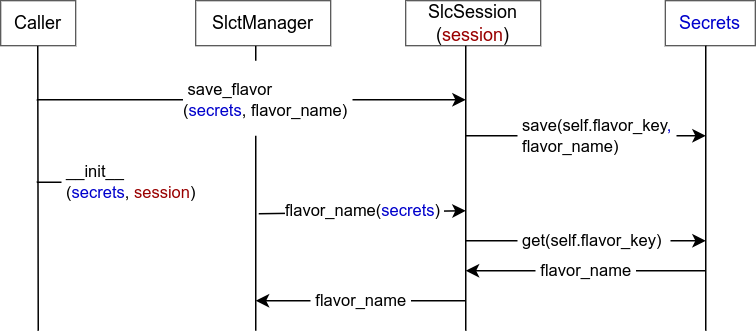
This is doc/user_guide/slct-manager-parameters.drawio.png from exasol/notebook-connector, a draw.io export, as it was before one commit. Source tidied: cells renumbered, new cells last; positions are measured from the earlier drawing's top-left corner, leaving out a move shared by most shapes.
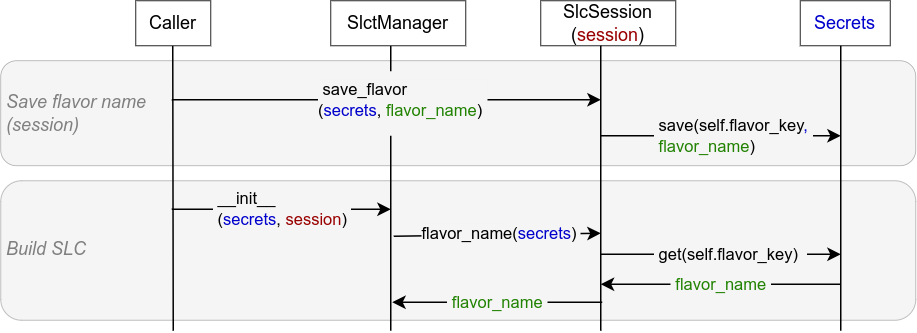
Above is the later version.

Commit message:
Updated figure on SLC flavor

Diff of the diagram source:
```diff
@@ -2,14 +2,20 @@
   <root>
     <mxCell id="0" />
     <mxCell id="1" parent="0" />
+    <mxCell id="18" value="Build SLC" style="rounded=1;whiteSpace=wrap;html=1;fillColor=#F5F5F5;fontColor=#808080;strokeColor=#AAAAAA;strokeWidth=0.5;align=left;verticalAlign=middle;spacingLeft=2;fontFamily=Helvetica;fontSize=12;fontStyle=2;" parent="1" vertex="1">
+      <mxGeometry x="-90" y="120" width="610" height="93" as="geometry" />
+    </mxCell>
+    <mxCell id="19" value="Save flavor name&lt;br&gt;(session)" style="rounded=1;whiteSpace=wrap;html=1;fillColor=#F5F5F5;fontColor=#808080;strokeColor=#AAAAAA;strokeWidth=0.5;align=left;spacingLeft=2;fontStyle=2;" parent="1" vertex="1">
+      <mxGeometry x="-90" y="40" width="610" height="70" as="geometry" />
+    </mxCell>
     <mxCell id="2" style="endArrow=none;html=1;rounded=0;" parent="1" edge="1">
       <mxGeometry relative="1" as="geometry">
         <mxPoint x="170" y="220" as="sourcePoint" />
         <mxPoint x="170" y="30" as="targetPoint" />
       </mxGeometry>
     </mxCell>
-    <mxCell id="3" style="rounded=0;whiteSpace=wrap;html=1;strokeColor=none;" parent="1" vertex="1">
-      <mxGeometry x="160" y="40" width="30" height="50" as="geometry" />
+    <mxCell id="3" style="rounded=0;whiteSpace=wrap;html=1;strokeColor=none;fillColor=#F5F5F5;" parent="1" vertex="1">
+      <mxGeometry x="150" y="47" width="40" height="43" as="geometry" />
     </mxCell>
     <mxCell id="4" style="endArrow=none;html=1;rounded=0;" parent="1" edge="1">
       <mxGeometry relative="1" as="geometry">
@@ -32,25 +38,19 @@
         <mxPoint x="470" y="30" as="targetPoint" />
       </mxGeometry>
     </mxCell>
-    <mxCell id="9" value="&lt;span style=&quot;&quot;&gt;&amp;nbsp;__init__&lt;br&gt;&amp;nbsp;(&lt;font style=&quot;color: rgb(0, 0, 204);&quot;&gt;secrets&lt;/font&gt;,&amp;nbsp;&lt;/span&gt;&lt;font style=&quot;color: rgb(153, 0, 0);&quot;&gt;session&lt;/font&gt;&lt;span style=&quot;&quot;&gt;)&amp;nbsp;&lt;/span&gt;" style="endArrow=classic;html=1;rounded=0;align=left;" parent="1" edge="1">
-      <mxGeometry x="-0.64" relative="1" as="geometry">
-        <mxPoint x="24" y="121" as="sourcePoint" />
-        <mxPoint x="108" y="121" as="targetPoint" />
-      </mxGeometry>
-    </mxCell>
-    <mxCell id="10" value="flavor_name(&lt;font style=&quot;color: rgb(0, 0, 204);&quot;&gt;secrets&lt;/font&gt;)&amp;nbsp;" style="endArrow=classic;html=1;rounded=0;align=left;" parent="1" edge="1">
+    <mxCell id="10" value="flavor_name(&lt;font style=&quot;color: rgb(0, 0, 204);&quot;&gt;secrets&lt;/font&gt;)&amp;nbsp;" style="endArrow=classic;html=1;rounded=0;align=left;labelBackgroundColor=#F5F5F5;" parent="1" edge="1">
       <mxGeometry x="-0.76" y="2" relative="1" as="geometry">
-        <mxPoint x="172" y="142" as="sourcePoint" />
-        <mxPoint x="310" y="140" as="targetPoint" />
+        <mxPoint x="172" y="157" as="sourcePoint" />
+        <mxPoint x="310" y="155" as="targetPoint" />
       </mxGeometry>
     </mxCell>
-    <mxCell id="11" value="&amp;nbsp;flavor_name&amp;nbsp;" style="endArrow=classic;html=1;rounded=0;" parent="1" edge="1">
+    <mxCell id="11" value="&lt;span style=&quot;color: rgb(34, 131, 3); text-align: left;&quot;&gt;&amp;nbsp;flavor_name&amp;nbsp;&lt;/span&gt;" style="endArrow=classic;html=1;rounded=0;labelBackgroundColor=#F5F5F5;" parent="1" edge="1">
       <mxGeometry relative="1" as="geometry">
-        <mxPoint x="310" y="200" as="sourcePoint" />
-        <mxPoint x="170" y="200" as="targetPoint" />
+        <mxPoint x="311" y="201" as="sourcePoint" />
+        <mxPoint x="171" y="201" as="targetPoint" />
       </mxGeometry>
     </mxCell>
-    <mxCell id="12" value="&amp;nbsp;save_flavor&lt;br&gt;(&lt;font style=&quot;color: rgb(0, 0, 204);&quot;&gt;secrets&lt;/font&gt;, flavor_name)&amp;nbsp;" style="endArrow=classic;html=1;rounded=0;align=left;" parent="1" edge="1">
+    <mxCell id="12" value="&amp;nbsp;save_flavor&lt;br&gt;(&lt;font style=&quot;color: rgb(0, 0, 204);&quot;&gt;secrets&lt;/font&gt;, &lt;font style=&quot;color: rgb(34, 131, 3);&quot;&gt;flavor_name&lt;/font&gt;)&amp;nbsp;" style="endArrow=classic;html=1;rounded=0;align=left;labelBackgroundColor=#F5F5F5;" parent="1" edge="1">
       <mxGeometry x="-0.33" relative="1" as="geometry">
         <mxPoint x="24" y="66" as="sourcePoint" />
         <mxPoint x="310" y="66" as="targetPoint" />
@@ -65,23 +65,29 @@
         <mxPoint x="310" y="30" as="targetPoint" />
       </mxGeometry>
     </mxCell>
-    <mxCell id="15" value="&amp;nbsp;save(self.flavor_key&lt;font color=&quot;#0000cc&quot;&gt;,&amp;nbsp;&lt;br&gt;&lt;/font&gt;&amp;nbsp;flavor_name)&amp;nbsp;" style="endArrow=classic;html=1;rounded=0;align=left;" parent="1" edge="1">
+    <mxCell id="15" value="&amp;nbsp;save(self.flavor_key&lt;font color=&quot;#0000cc&quot;&gt;,&amp;nbsp;&lt;br&gt;&lt;/font&gt;&amp;nbsp;&lt;font style=&quot;color: rgb(34, 131, 3);&quot;&gt;flavor_name&lt;/font&gt;)&amp;nbsp;" style="endArrow=classic;html=1;rounded=0;align=left;labelBackgroundColor=#F5F5F5;" parent="1" edge="1">
       <mxGeometry x="-0.58" relative="1" as="geometry">
         <mxPoint x="310" y="90" as="sourcePoint" />
         <mxPoint x="470" y="90" as="targetPoint" />
       </mxGeometry>
     </mxCell>
-    <mxCell id="16" value="&amp;nbsp;get(self.flavor_key)&amp;nbsp;&amp;nbsp;" style="endArrow=classic;html=1;rounded=0;align=left;" parent="1" edge="1">
+    <mxCell id="16" value="&amp;nbsp;get(self.flavor_key)&amp;nbsp;&amp;nbsp;" style="endArrow=classic;html=1;rounded=0;align=left;labelBackgroundColor=#F5F5F5;" parent="1" edge="1">
       <mxGeometry x="-0.58" relative="1" as="geometry">
-        <mxPoint x="310" y="160" as="sourcePoint" />
-        <mxPoint x="470" y="160" as="targetPoint" />
+        <mxPoint x="310" y="169" as="sourcePoint" />
+        <mxPoint x="470" y="169" as="targetPoint" />
       </mxGeometry>
     </mxCell>
-    <mxCell id="17" value="&amp;nbsp;flavor_name&amp;nbsp;" style="endArrow=classic;html=1;rounded=0;" parent="1" edge="1">
+    <mxCell id="17" value="&amp;nbsp;&lt;span style=&quot;color: rgb(34, 131, 3); text-align: left;&quot;&gt;flavor_name&lt;/span&gt;&amp;nbsp;" style="endArrow=classic;html=1;rounded=0;labelBackgroundColor=#F5F5F5;" parent="1" edge="1">
       <mxGeometry relative="1" as="geometry">
-        <mxPoint x="470" y="180" as="sourcePoint" />
-        <mxPoint x="310" y="180" as="targetPoint" />
+        <mxPoint x="470" y="189" as="sourcePoint" />
+        <mxPoint x="310" y="189" as="targetPoint" />
       </mxGeometry>
     </mxCell>
+    <mxCell id="9" value="&lt;span style=&quot;&quot;&gt;&amp;nbsp;__init__&lt;br&gt;&amp;nbsp;(&lt;font style=&quot;color: rgb(0, 0, 204);&quot;&gt;secrets&lt;/font&gt;,&amp;nbsp;&lt;/span&gt;&lt;font style=&quot;color: rgb(153, 0, 0);&quot;&gt;session&lt;/font&gt;&lt;span style=&quot;&quot;&gt;)&amp;nbsp;&lt;/span&gt;" style="endArrow=classic;html=1;rounded=0;align=left;labelBackgroundColor=#F5F5F5;" parent="1" edge="1">
+      <mxGeometry x="-0.64" relative="1" as="geometry">
+        <mxPoint x="24" y="139" as="sourcePoint" />
+        <mxPoint x="170" y="139" as="targetPoint" />
+      </mxGeometry>
+    </mxCell>
   </root>
 </mxGraphModel>
```
